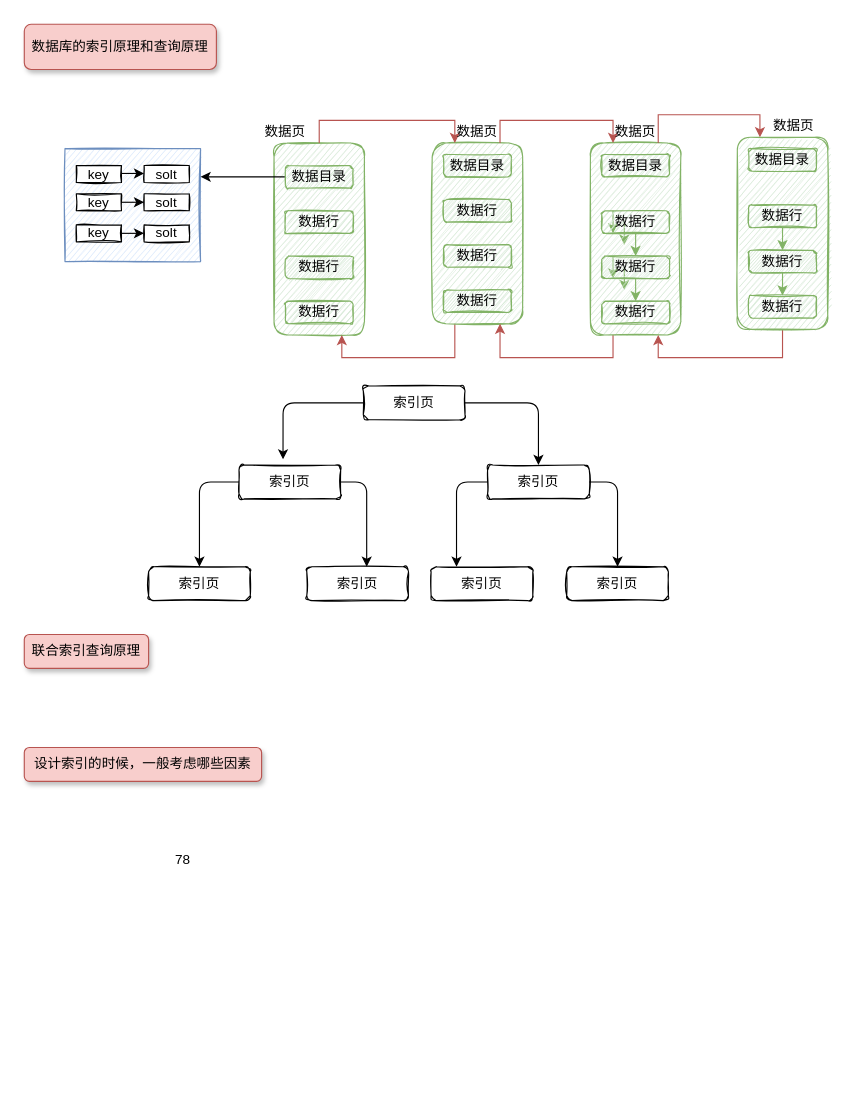
Earlier version of the draw.io diagram page "索引" (4 of 4) of mysql 实战优化 .drawio (topyuluo/photo-project). Source tidied: cells renumbered, new cells numbered last; positions are measured from the earlier drawing's top-left corner, leaving out a move shared by most shapes. Both pictures are drawn from the tidied source at 113%, with x=0, y=0 at pixel (24, 24).
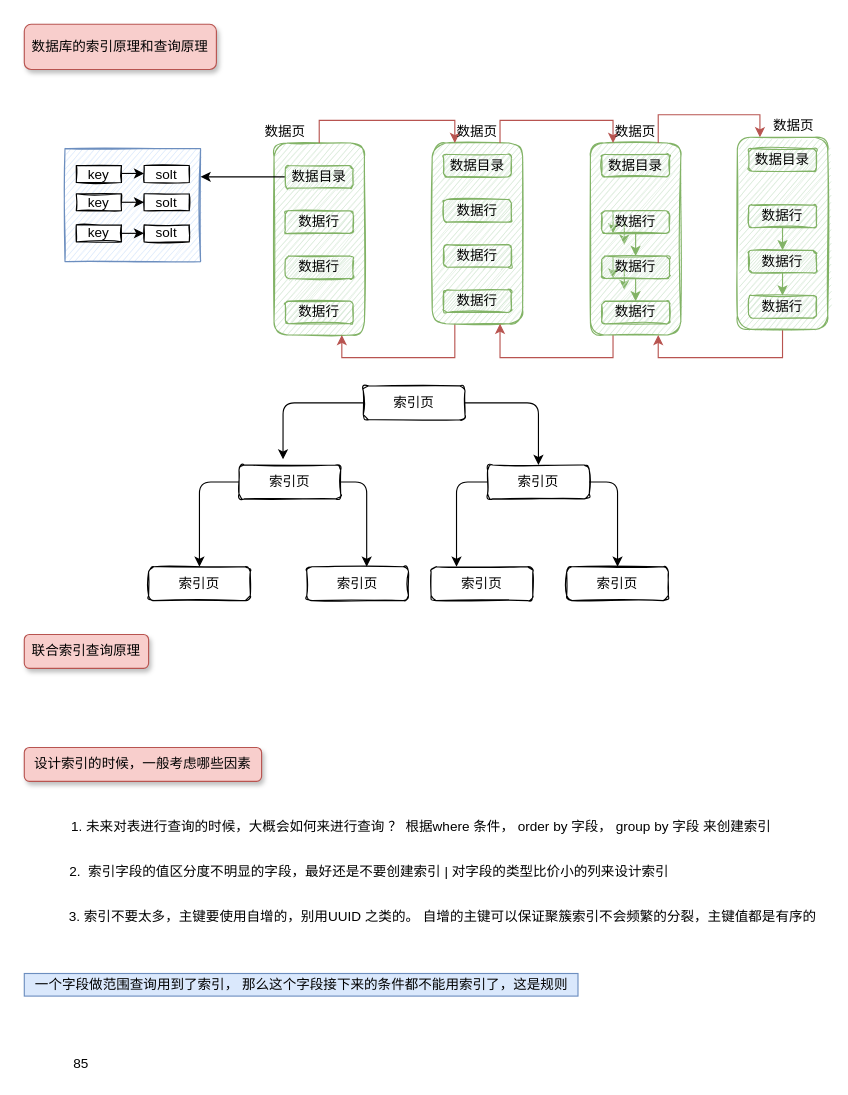
The same page after the edit.

Commit message:
更新mysql 实战优化 .drawio

What changed in the source:
```diff
@@
-    <mxCell id="69" value="78" style="text;html=1;align=center;verticalAlign=middle;strokeColor=none;" parent="1" vertex="1">
-      <mxGeometry x="125" y="730" width="30" height="20" as="geometry" />
-    </mxCell>
+    <mxCell id="70" value="1. 未来对表进行查询的时候，大概会如何来进行查询 ？ 根据where 条件， order by 字段， group by 字段 来创建索引" style="text;html=1;align=center;verticalAlign=middle;strokeColor=none;" parent="1" vertex="1">
+      <mxGeometry x="36" y="700" width="630" height="20" as="geometry" />
+    </mxCell>
+    <mxCell id="71" value="2.&amp;nbsp; 索引字段的值区分度不明显的字段，最好还是不要创建索引 | 对字段的类型比价小的列来设计索引" style="text;html=1;align=center;verticalAlign=middle;strokeColor=none;" parent="1" vertex="1">
+      <mxGeometry x="30" y="740" width="550" height="20" as="geometry" />
+    </mxCell>
+    <mxCell id="72" value="3. 索引不要太多，主键要使用自增的，别用UUID 之类的。 自增的主键可以保证聚簇索引不会频繁的分裂，主键值都是有序的" style="text;html=1;align=center;verticalAlign=middle;strokeColor=none;" parent="1" vertex="1">
+      <mxGeometry x="30" y="780" width="680" height="20" as="geometry" />
+    </mxCell>
+    <mxCell id="73" value="一个字段做范围查询用到了索引， 那么这个字段接下来的条件都不能用索引了，这是规则" style="text;html=1;align=center;verticalAlign=middle;strokeColor=#6c8ebf;fillColor=#dae8fc;" parent="1" vertex="1">
+      <mxGeometry y="840" width="490" height="20" as="geometry" />
+    </mxCell>
+    <mxCell id="74" value="85" style="text;html=1;align=center;verticalAlign=middle;strokeColor=none;" parent="1" vertex="1">
+      <mxGeometry x="35" y="910" width="30" height="20" as="geometry" />
+    </mxCell>
```
